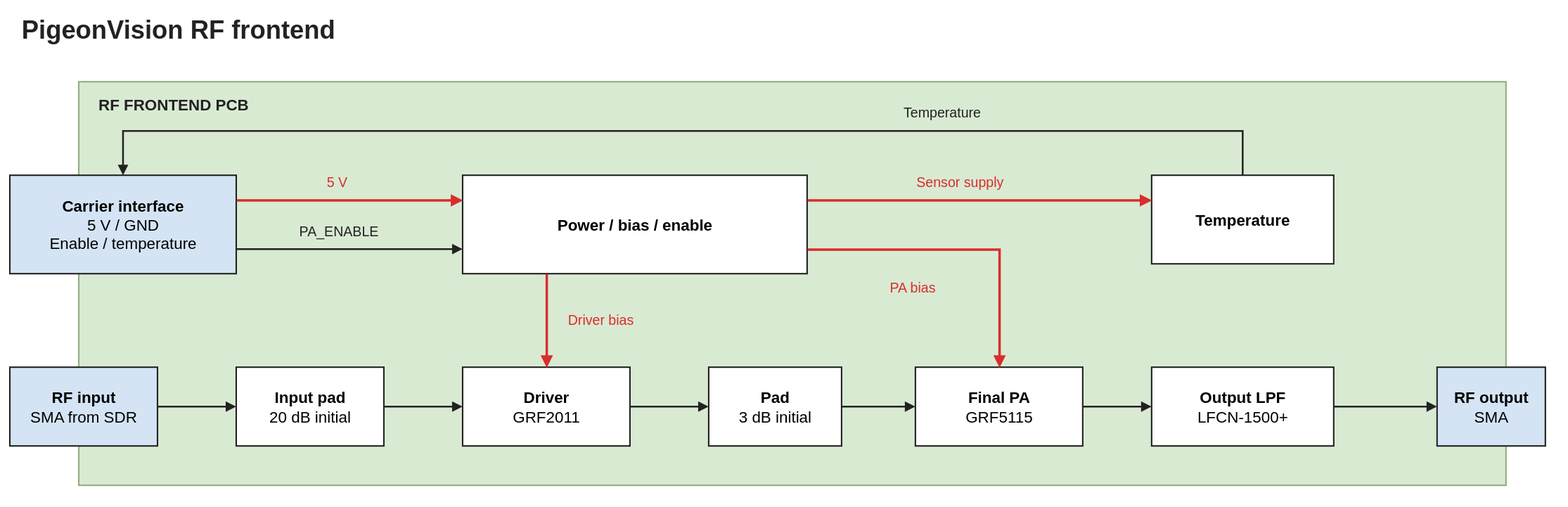
Earlier version of the draw.io export hardware/rf-frontend/block-diagram.svg (stanford-ssi/PigeonVision). Source tidied: cells renumbered, new cells last; positions are measured from the earlier drawing's top-left corner, leaving out a move shared by most shapes. Its diagram source:
```xml
<mxGraphModel>
  <root>
    <mxCell id="0" />
    <mxCell id="1" parent="0" />
    <mxCell id="2" value="PigeonVision RF frontend" style="text;html=0;align=left;verticalAlign=middle;fillColor=none;strokeColor=none;fontFamily=Arial;fontSize=26;fontColor=#222222;fontStyle=1;" parent="1" vertex="1">
      <mxGeometry x="10" width="1540" height="34" as="geometry" />
    </mxCell>
    <mxCell id="3" style="rounded=0;fillColor=#d9ead3;strokeColor=#91ad84;strokeWidth=1.5;" parent="1" vertex="1">
      <mxGeometry x="70" y="73" width="1450" height="410" as="geometry" />
    </mxCell>
    <mxCell id="4" value="RF FRONTEND PCB" style="text;html=0;align=left;verticalAlign=middle;fillColor=none;strokeColor=none;fontFamily=Arial;fontSize=16;fontColor=#222222;fontStyle=1;" parent="1" vertex="1">
      <mxGeometry x="88" y="83" width="1414" height="24" as="geometry" />
    </mxCell>
    <mxCell id="5" value="&lt;b&gt;Carrier interface&lt;/b&gt;&lt;br&gt;5 V / GND&lt;br&gt;Enable / temperature" style="rounded=0;whiteSpace=wrap;html=1;fontFamily=Arial;fillColor=#d4e4f4;strokeColor=#222222;strokeWidth=1.5;align=center;verticalAlign=middle;fontSize=16;spacing=5;" parent="1" vertex="1">
      <mxGeometry y="168" width="230" height="100" as="geometry" />
    </mxCell>
    <mxCell id="6" value="&lt;b&gt;Power / bias / enable&lt;/b&gt;" style="rounded=0;whiteSpace=wrap;html=1;fontFamily=Arial;fillColor=#ffffff;strokeColor=#222222;strokeWidth=1.5;align=center;verticalAlign=middle;fontSize=16;spacing=5;" parent="1" vertex="1">
      <mxGeometry x="460" y="168" width="350" height="100" as="geometry" />
    </mxCell>
    <mxCell id="7" value="&lt;b&gt;Temperature&lt;/b&gt;" style="rounded=0;whiteSpace=wrap;html=1;fontFamily=Arial;fillColor=#ffffff;strokeColor=#222222;strokeWidth=1.5;align=center;verticalAlign=middle;fontSize=16;spacing=5;" parent="1" vertex="1">
      <mxGeometry x="1160" y="168" width="185" height="90" as="geometry" />
    </mxCell>
    <mxCell id="8" style="edgeStyle=orthogonalEdgeStyle;jettySize=0;rounded=0;html=0;strokeColor=#d92d2d;strokeWidth=2.5;endArrow=block;endFill=1;startArrow=none;startFill=1;exitX=1;exitY=0.25;exitPerimeter=0;entryX=0;entryY=0.25;entryPerimeter=0;" parent="1" edge="1" source="5" target="6">
      <mxGeometry relative="1" as="geometry" />
    </mxCell>
    <mxCell id="9" value="5 V" style="text;html=0;align=left;verticalAlign=middle;fillColor=none;strokeColor=none;fontFamily=Arial;fontSize=14;fontColor=#d92d2d;fontStyle=0;" parent="1" vertex="1">
      <mxGeometry x="320" y="163" width="80" height="22" as="geometry" />
    </mxCell>
    <mxCell id="10" style="edgeStyle=orthogonalEdgeStyle;jettySize=0;rounded=0;html=0;strokeColor=#222222;strokeWidth=1.8;endArrow=block;endFill=1;startArrow=none;startFill=1;exitX=1;exitY=0.75;exitPerimeter=0;entryX=0;entryY=0.75;entryPerimeter=0;" parent="1" edge="1" source="5" target="6">
      <mxGeometry relative="1" as="geometry" />
    </mxCell>
    <mxCell id="11" value="PA_ENABLE" style="text;html=0;align=left;verticalAlign=middle;fillColor=none;strokeColor=none;fontFamily=Arial;fontSize=14;fontColor=#222222;fontStyle=0;" parent="1" vertex="1">
      <mxGeometry x="292" y="213" width="80" height="22" as="geometry" />
    </mxCell>
    <mxCell id="12" style="edgeStyle=orthogonalEdgeStyle;jettySize=0;rounded=0;html=0;strokeColor=#d92d2d;strokeWidth=2.5;endArrow=block;endFill=1;startArrow=none;startFill=1;exitX=1;exitY=0.25;exitPerimeter=0;entryX=0;entryY=0.2777777777777778;entryPerimeter=0;" parent="1" edge="1" source="6" target="7">
      <mxGeometry relative="1" as="geometry" />
    </mxCell>
    <mxCell id="13" value="Sensor supply" style="text;html=0;align=left;verticalAlign=middle;fillColor=none;strokeColor=none;fontFamily=Arial;fontSize=14;fontColor=#d92d2d;fontStyle=0;" parent="1" vertex="1">
      <mxGeometry x="919" y="163" width="104" height="22" as="geometry" />
    </mxCell>
    <mxCell id="14" style="edgeStyle=orthogonalEdgeStyle;jettySize=0;rounded=0;html=0;strokeColor=#222222;strokeWidth=1.8;endArrow=block;endFill=1;startArrow=none;startFill=1;exitX=0.5;exitY=0;exitPerimeter=0;entryX=0.5;entryY=0;entryPerimeter=0;" parent="1" edge="1" source="7" target="5">
      <mxGeometry relative="1" as="geometry">
        <Array as="points">
          <mxPoint x="1252.5" y="123" />
          <mxPoint x="115" y="123" />
        </Array>
      </mxGeometry>
    </mxCell>
    <mxCell id="15" value="Temperature" style="text;html=0;align=left;verticalAlign=middle;fillColor=none;strokeColor=none;fontFamily=Arial;fontSize=14;fontColor=#222222;fontStyle=0;" parent="1" vertex="1">
      <mxGeometry x="906" y="92" width="88" height="22" as="geometry" />
    </mxCell>
    <mxCell id="16" value="&lt;b&gt;RF input&lt;/b&gt;&lt;br&gt;SMA from SDR" style="rounded=0;whiteSpace=wrap;html=1;fontFamily=Arial;fillColor=#d4e4f4;strokeColor=#222222;strokeWidth=1.5;align=center;verticalAlign=middle;fontSize=16;spacing=5;" parent="1" vertex="1">
      <mxGeometry y="363" width="150" height="80" as="geometry" />
    </mxCell>
    <mxCell id="17" value="&lt;b&gt;Input pad&lt;/b&gt;&lt;br&gt;20 dB initial" style="rounded=0;whiteSpace=wrap;html=1;fontFamily=Arial;fillColor=#ffffff;strokeColor=#222222;strokeWidth=1.5;align=center;verticalAlign=middle;fontSize=16;spacing=5;" parent="1" vertex="1">
      <mxGeometry x="230" y="363" width="150" height="80" as="geometry" />
    </mxCell>
    <mxCell id="18" value="&lt;b&gt;Driver&lt;/b&gt;&lt;br&gt;GRF2011" style="rounded=0;whiteSpace=wrap;html=1;fontFamily=Arial;fillColor=#ffffff;strokeColor=#222222;strokeWidth=1.5;align=center;verticalAlign=middle;fontSize=16;spacing=5;" parent="1" vertex="1">
      <mxGeometry x="460" y="363" width="170" height="80" as="geometry" />
    </mxCell>
    <mxCell id="19" value="&lt;b&gt;Pad&lt;/b&gt;&lt;br&gt;3 dB initial" style="rounded=0;whiteSpace=wrap;html=1;fontFamily=Arial;fillColor=#ffffff;strokeColor=#222222;strokeWidth=1.5;align=center;verticalAlign=middle;fontSize=16;spacing=5;" parent="1" vertex="1">
      <mxGeometry x="710" y="363" width="135" height="80" as="geometry" />
    </mxCell>
    <mxCell id="20" value="&lt;b&gt;Final PA&lt;/b&gt;&lt;br&gt;GRF5115" style="rounded=0;whiteSpace=wrap;html=1;fontFamily=Arial;fillColor=#ffffff;strokeColor=#222222;strokeWidth=1.5;align=center;verticalAlign=middle;fontSize=16;spacing=5;" parent="1" vertex="1">
      <mxGeometry x="920" y="363" width="170" height="80" as="geometry" />
    </mxCell>
    <mxCell id="21" value="&lt;b&gt;Output LPF&lt;/b&gt;&lt;br&gt;LFCN-1500+" style="rounded=0;whiteSpace=wrap;html=1;fontFamily=Arial;fillColor=#ffffff;strokeColor=#222222;strokeWidth=1.5;align=center;verticalAlign=middle;fontSize=16;spacing=5;" parent="1" vertex="1">
      <mxGeometry x="1160" y="363" width="185" height="80" as="geometry" />
    </mxCell>
    <mxCell id="22" value="&lt;b&gt;RF output&lt;/b&gt;&lt;br&gt;SMA" style="rounded=0;whiteSpace=wrap;html=1;fontFamily=Arial;fillColor=#d4e4f4;strokeColor=#222222;strokeWidth=1.5;align=center;verticalAlign=middle;fontSize=16;spacing=5;" parent="1" vertex="1">
      <mxGeometry x="1450" y="363" width="110" height="80" as="geometry" />
    </mxCell>
    <mxCell id="23" style="edgeStyle=orthogonalEdgeStyle;jettySize=0;rounded=0;html=0;strokeColor=#222222;strokeWidth=1.8;endArrow=block;endFill=1;startArrow=none;startFill=1;exitX=1;exitY=0.5;exitPerimeter=0;entryX=0;entryY=0.5;entryPerimeter=0;" parent="1" edge="1" source="16" target="17">
      <mxGeometry relative="1" as="geometry" />
    </mxCell>
    <mxCell id="24" style="edgeStyle=orthogonalEdgeStyle;jettySize=0;rounded=0;html=0;strokeColor=#222222;strokeWidth=1.8;endArrow=block;endFill=1;startArrow=none;startFill=1;exitX=1;exitY=0.5;exitPerimeter=0;entryX=0;entryY=0.5;entryPerimeter=0;" parent="1" edge="1" source="17" target="18">
      <mxGeometry relative="1" as="geometry" />
    </mxCell>
    <mxCell id="25" style="edgeStyle=orthogonalEdgeStyle;jettySize=0;rounded=0;html=0;strokeColor=#222222;strokeWidth=1.8;endArrow=block;endFill=1;startArrow=none;startFill=1;exitX=1;exitY=0.5;exitPerimeter=0;entryX=0;entryY=0.5;entryPerimeter=0;" parent="1" edge="1" source="18" target="19">
      <mxGeometry relative="1" as="geometry" />
    </mxCell>
    <mxCell id="26" style="edgeStyle=orthogonalEdgeStyle;jettySize=0;rounded=0;html=0;strokeColor=#222222;strokeWidth=1.8;endArrow=block;endFill=1;startArrow=none;startFill=1;exitX=1;exitY=0.5;exitPerimeter=0;entryX=0;entryY=0.5;entryPerimeter=0;" parent="1" edge="1" source="19" target="20">
      <mxGeometry relative="1" as="geometry" />
    </mxCell>
    <mxCell id="27" style="edgeStyle=orthogonalEdgeStyle;jettySize=0;rounded=0;html=0;strokeColor=#222222;strokeWidth=1.8;endArrow=block;endFill=1;startArrow=none;startFill=1;exitX=1;exitY=0.5;exitPerimeter=0;entryX=0;entryY=0.5;entryPerimeter=0;" parent="1" edge="1" source="20" target="21">
      <mxGeometry relative="1" as="geometry" />
    </mxCell>
    <mxCell id="28" style="edgeStyle=orthogonalEdgeStyle;jettySize=0;rounded=0;html=0;strokeColor=#222222;strokeWidth=1.8;endArrow=block;endFill=1;startArrow=none;startFill=1;exitX=1;exitY=0.5;exitPerimeter=0;entryX=0;entryY=0.5;entryPerimeter=0;" parent="1" edge="1" source="21" target="22">
      <mxGeometry relative="1" as="geometry" />
    </mxCell>
    <mxCell id="29" style="edgeStyle=orthogonalEdgeStyle;jettySize=0;rounded=0;html=0;strokeColor=#d92d2d;strokeWidth=2.5;endArrow=block;endFill=1;startArrow=none;startFill=1;exitX=0.24285714285714285;exitY=1;exitPerimeter=0;entryX=0.5;entryY=0;entryPerimeter=0;" parent="1" edge="1" source="6" target="18">
      <mxGeometry relative="1" as="geometry" />
    </mxCell>
    <mxCell id="30" value="Driver bias" style="text;html=0;align=left;verticalAlign=middle;fillColor=none;strokeColor=none;fontFamily=Arial;fontSize=14;fontColor=#d92d2d;fontStyle=0;" parent="1" vertex="1">
      <mxGeometry x="565" y="303" width="88" height="22" as="geometry" />
    </mxCell>
    <mxCell id="31" style="edgeStyle=orthogonalEdgeStyle;jettySize=0;rounded=0;html=0;strokeColor=#d92d2d;strokeWidth=2.5;endArrow=block;endFill=1;startArrow=none;startFill=1;exitX=1;exitY=0.75;exitPerimeter=0;entryX=0.5;entryY=0;entryPerimeter=0;" parent="1" edge="1" source="6" target="20">
      <mxGeometry relative="1" as="geometry">
        <Array as="points">
          <mxPoint x="1005" y="243" />
        </Array>
      </mxGeometry>
    </mxCell>
    <mxCell id="32" value="PA bias" style="text;html=0;align=left;verticalAlign=middle;fillColor=none;strokeColor=none;fontFamily=Arial;fontSize=14;fontColor=#d92d2d;fontStyle=0;" parent="1" vertex="1">
      <mxGeometry x="892" y="270" width="80" height="22" as="geometry" />
    </mxCell>
  </root>
</mxGraphModel>
```
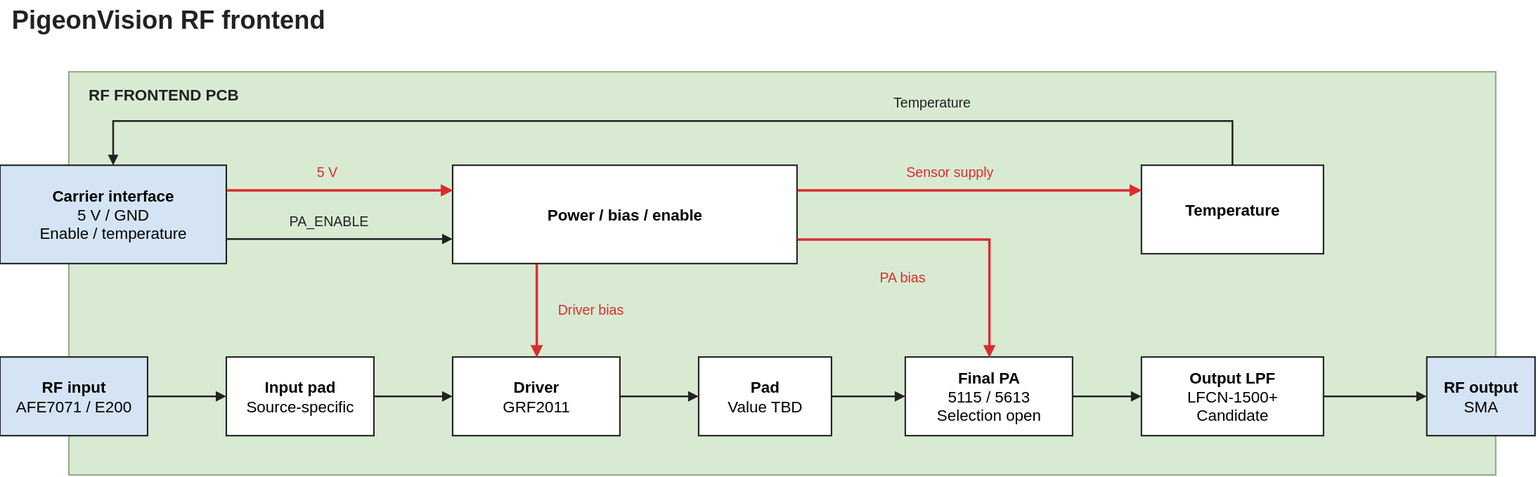
After the commit.

What changed in the source:
```diff
@@ -49,22 +49,22 @@
     <mxCell id="15" value="Temperature" style="text;html=0;align=left;verticalAlign=middle;fillColor=none;strokeColor=none;fontFamily=Arial;fontSize=14;fontColor=#222222;fontStyle=0;" parent="1" vertex="1">
       <mxGeometry x="906" y="92" width="88" height="22" as="geometry" />
     </mxCell>
-    <mxCell id="16" value="&lt;b&gt;RF input&lt;/b&gt;&lt;br&gt;SMA from SDR" style="rounded=0;whiteSpace=wrap;html=1;fontFamily=Arial;fillColor=#d4e4f4;strokeColor=#222222;strokeWidth=1.5;align=center;verticalAlign=middle;fontSize=16;spacing=5;" parent="1" vertex="1">
+    <mxCell id="16" value="&lt;b&gt;RF input&lt;/b&gt;&lt;br&gt;AFE7071 / E200" style="rounded=0;whiteSpace=wrap;html=1;fontFamily=Arial;fillColor=#d4e4f4;strokeColor=#222222;strokeWidth=1.5;align=center;verticalAlign=middle;fontSize=16;spacing=5;" parent="1" vertex="1">
       <mxGeometry y="363" width="150" height="80" as="geometry" />
     </mxCell>
-    <mxCell id="17" value="&lt;b&gt;Input pad&lt;/b&gt;&lt;br&gt;20 dB initial" style="rounded=0;whiteSpace=wrap;html=1;fontFamily=Arial;fillColor=#ffffff;strokeColor=#222222;strokeWidth=1.5;align=center;verticalAlign=middle;fontSize=16;spacing=5;" parent="1" vertex="1">
+    <mxCell id="17" value="&lt;b&gt;Input pad&lt;/b&gt;&lt;br&gt;Source-specific" style="rounded=0;whiteSpace=wrap;html=1;fontFamily=Arial;fillColor=#ffffff;strokeColor=#222222;strokeWidth=1.5;align=center;verticalAlign=middle;fontSize=16;spacing=5;" parent="1" vertex="1">
       <mxGeometry x="230" y="363" width="150" height="80" as="geometry" />
     </mxCell>
     <mxCell id="18" value="&lt;b&gt;Driver&lt;/b&gt;&lt;br&gt;GRF2011" style="rounded=0;whiteSpace=wrap;html=1;fontFamily=Arial;fillColor=#ffffff;strokeColor=#222222;strokeWidth=1.5;align=center;verticalAlign=middle;fontSize=16;spacing=5;" parent="1" vertex="1">
       <mxGeometry x="460" y="363" width="170" height="80" as="geometry" />
     </mxCell>
-    <mxCell id="19" value="&lt;b&gt;Pad&lt;/b&gt;&lt;br&gt;3 dB initial" style="rounded=0;whiteSpace=wrap;html=1;fontFamily=Arial;fillColor=#ffffff;strokeColor=#222222;strokeWidth=1.5;align=center;verticalAlign=middle;fontSize=16;spacing=5;" parent="1" vertex="1">
+    <mxCell id="19" value="&lt;b&gt;Pad&lt;/b&gt;&lt;br&gt;Value TBD" style="rounded=0;whiteSpace=wrap;html=1;fontFamily=Arial;fillColor=#ffffff;strokeColor=#222222;strokeWidth=1.5;align=center;verticalAlign=middle;fontSize=16;spacing=5;" parent="1" vertex="1">
       <mxGeometry x="710" y="363" width="135" height="80" as="geometry" />
     </mxCell>
-    <mxCell id="20" value="&lt;b&gt;Final PA&lt;/b&gt;&lt;br&gt;GRF5115" style="rounded=0;whiteSpace=wrap;html=1;fontFamily=Arial;fillColor=#ffffff;strokeColor=#222222;strokeWidth=1.5;align=center;verticalAlign=middle;fontSize=16;spacing=5;" parent="1" vertex="1">
+    <mxCell id="20" value="&lt;b&gt;Final PA&lt;/b&gt;&lt;br&gt;5115 / 5613&lt;br&gt;Selection open" style="rounded=0;whiteSpace=wrap;html=1;fontFamily=Arial;fillColor=#ffffff;strokeColor=#222222;strokeWidth=1.5;align=center;verticalAlign=middle;fontSize=16;spacing=5;" parent="1" vertex="1">
       <mxGeometry x="920" y="363" width="170" height="80" as="geometry" />
     </mxCell>
-    <mxCell id="21" value="&lt;b&gt;Output LPF&lt;/b&gt;&lt;br&gt;LFCN-1500+" style="rounded=0;whiteSpace=wrap;html=1;fontFamily=Arial;fillColor=#ffffff;strokeColor=#222222;strokeWidth=1.5;align=center;verticalAlign=middle;fontSize=16;spacing=5;" parent="1" vertex="1">
+    <mxCell id="21" value="&lt;b&gt;Output LPF&lt;/b&gt;&lt;br&gt;LFCN-1500+&lt;br&gt;Candidate" style="rounded=0;whiteSpace=wrap;html=1;fontFamily=Arial;fillColor=#ffffff;strokeColor=#222222;strokeWidth=1.5;align=center;verticalAlign=middle;fontSize=16;spacing=5;" parent="1" vertex="1">
       <mxGeometry x="1160" y="363" width="185" height="80" as="geometry" />
     </mxCell>
     <mxCell id="22" value="&lt;b&gt;RF output&lt;/b&gt;&lt;br&gt;SMA" style="rounded=0;whiteSpace=wrap;html=1;fontFamily=Arial;fillColor=#d4e4f4;strokeColor=#222222;strokeWidth=1.5;align=center;verticalAlign=middle;fontSize=16;spacing=5;" parent="1" vertex="1">
```
